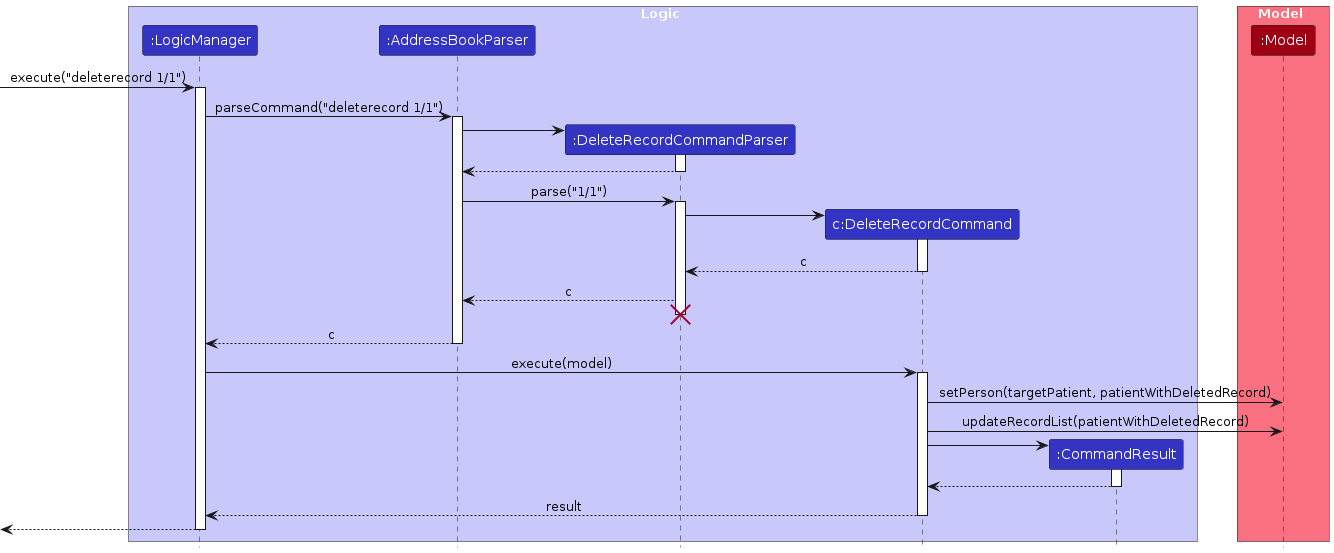
The PlantUML diagram diagrams/DeleteRecordSequenceDiagram.png in ryanongwx/tp, before a commit. Its source is kept beside it as diagrams/DeleteRecordSequenceDiagram.puml.
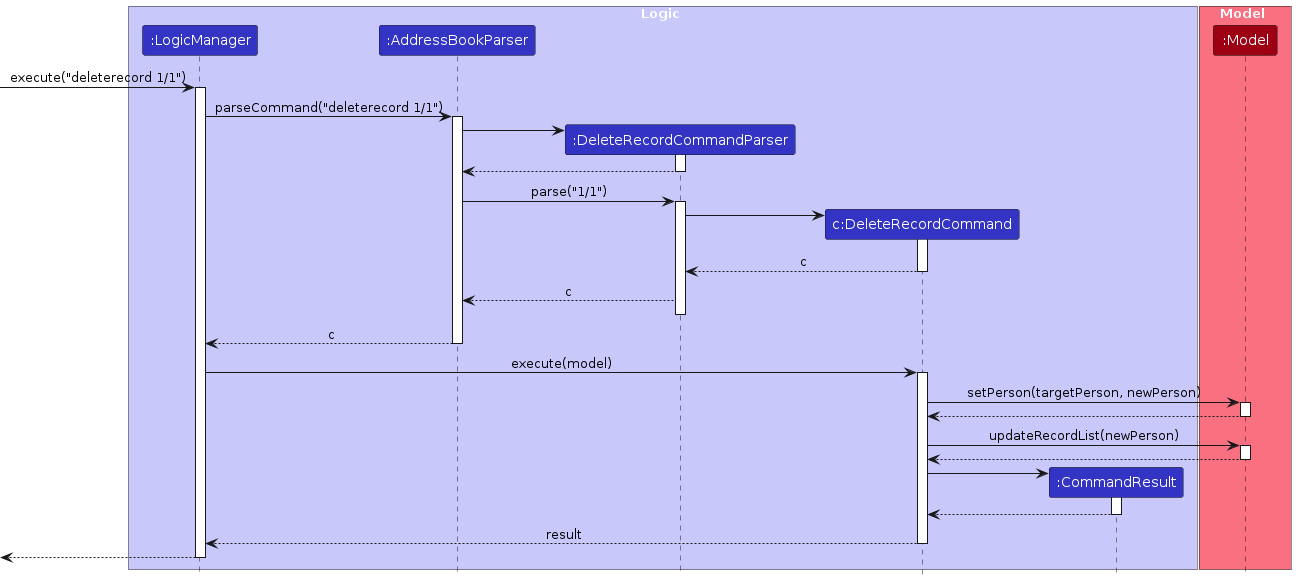
After the change.

Diff of the diagram source:
```diff
@@ -40,7 +40,7 @@
 DeleteRecordCommandParser --> AddressBookParser : c
 deactivate DeleteRecordCommand
 DeleteRecordCommandParser -[hidden]-> AddressBookParser
-destroy DeleteRecordCommandParser
+deactivate DeleteRecordCommandParser
 
 AddressBookParser --> LogicManager : c
 deactivate AddressBookParser
@@ -48,8 +48,17 @@
 LogicManager -> DeleteRecordCommand : execute(model)
 activate DeleteRecordCommand
 
-DeleteRecordCommand -> Model : setPerson(targetPatient, patientWithDeletedRecord)
-DeleteRecordCommand -> Model : updateRecordList(patientWithDeletedRecord)
+DeleteRecordCommand -> Model : setPerson(targetPerson, newPerson)
+activate Model
+
+Model --> DeleteRecordCommand
+deactivate Model
+
+DeleteRecordCommand -> Model : updateRecordList(newPerson)
+activate Model
+
+Model --> DeleteRecordCommand
+deactivate Model
 
 create CommandResult
 DeleteRecordCommand -> CommandResult
```
